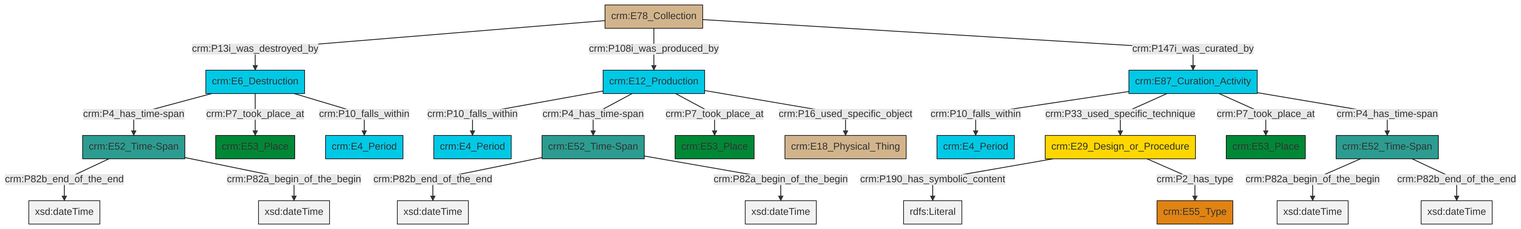
Earlier version of the Mermaid export et/archivalCSV/ttl/mmd/png/archival_existence.png (swiss-art-research-net/docs.swissartresearch). Its source is kept beside it as et/archivalCSV/ttl/mmd/archival_existence.ttl.mmd.
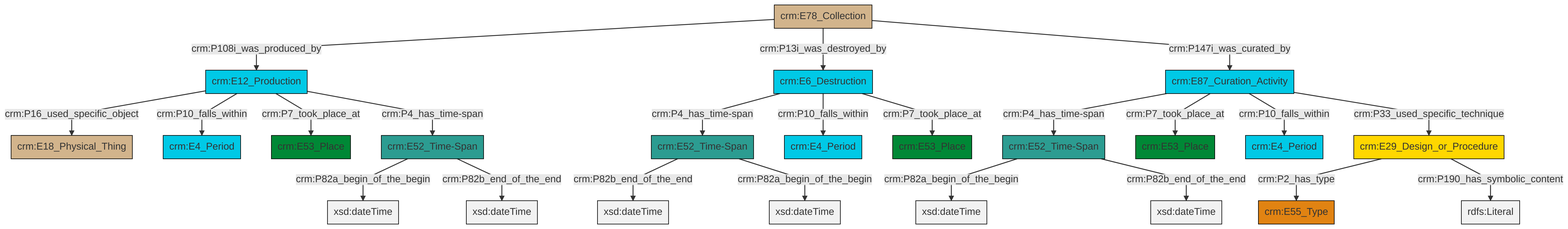
The same file after the commit.

Change to the diagram source:
```diff
@@ -13,25 +13,25 @@
 classDef PC_Classes fill:#4ce600, stroke:#000000;
 classDef Multi fill:#cccccc,stroke:#000000;
 
-2["crm:E12_Production"]:::Temporal_Entity -->|crm:P10_falls_within| 3["crm:E4_Period"]:::Temporal_Entity
-2["crm:E12_Production"]:::Temporal_Entity -->|crm:P4_has_time-span| 4["crm:E52_Time-Span"]:::Time-Span
-4["crm:E52_Time-Span"]:::Time-Span -->|crm:P82b_end_of_the_end| 5[xsd:dateTime]:::Literal
-6["crm:E29_Design_or_Procedure"]:::Conceptual_Object -->|crm:P190_has_symbolic_content| 7[rdfs:Literal]:::Literal
-12["crm:E87_Curation_Activity"]:::Temporal_Entity -->|crm:P10_falls_within| 8["crm:E4_Period"]:::Temporal_Entity
-12["crm:E87_Curation_Activity"]:::Temporal_Entity -->|crm:P33_used_specific_technique| 6["crm:E29_Design_or_Procedure"]:::Conceptual_Object
-18["crm:E52_Time-Span"]:::Time-Span -->|crm:P82a_begin_of_the_begin| 19[xsd:dateTime]:::Literal
-14["crm:E6_Destruction"]:::Temporal_Entity -->|crm:P4_has_time-span| 0["crm:E52_Time-Span"]:::Time-Span
-18["crm:E52_Time-Span"]:::Time-Span -->|crm:P82b_end_of_the_end| 24[xsd:dateTime]:::Literal
-0["crm:E52_Time-Span"]:::Time-Span -->|crm:P82b_end_of_the_end| 25[xsd:dateTime]:::Literal
-26["crm:E78_Collection"]:::Physical_Thing -->|crm:P13i_was_destroyed_by| 14["crm:E6_Destruction"]:::Temporal_Entity
-12["crm:E87_Curation_Activity"]:::Temporal_Entity -->|crm:P7_took_place_at| 28["crm:E53_Place"]:::Place
-2["crm:E12_Production"]:::Temporal_Entity -->|crm:P7_took_place_at| 16["crm:E53_Place"]:::Place
-2["crm:E12_Production"]:::Temporal_Entity -->|crm:P16_used_specific_object| 10["crm:E18_Physical_Thing"]:::Physical_Thing
-6["crm:E29_Design_or_Procedure"]:::Conceptual_Object -->|crm:P2_has_type| 22["crm:E55_Type"]:::Type
-26["crm:E78_Collection"]:::Physical_Thing -->|crm:P108i_was_produced_by| 2["crm:E12_Production"]:::Temporal_Entity
-0["crm:E52_Time-Span"]:::Time-Span -->|crm:P82a_begin_of_the_begin| 33[xsd:dateTime]:::Literal
-14["crm:E6_Destruction"]:::Temporal_Entity -->|crm:P7_took_place_at| 20["crm:E53_Place"]:::Place
-26["crm:E78_Collection"]:::Physical_Thing -->|crm:P147i_was_curated_by| 12["crm:E87_Curation_Activity"]:::Temporal_Entity
-14["crm:E6_Destruction"]:::Temporal_Entity -->|crm:P10_falls_within| 34["crm:E4_Period"]:::Temporal_Entity
-12["crm:E87_Curation_Activity"]:::Temporal_Entity -->|crm:P4_has_time-span| 18["crm:E52_Time-Span"]:::Time-Span
-4["crm:E52_Time-Span"]:::Time-Span -->|crm:P82a_begin_of_the_begin| 38[xsd:dateTime]:::Literal
+0["crm:E52_Time-Span"]:::Time-Span -->|crm:P82b_end_of_the_end| 1[xsd:dateTime]:::Literal
+2["crm:E12_Production"]:::Temporal_Entity -->|crm:P16_used_specific_object| 3["crm:E18_Physical_Thing"]:::Physical_Thing
+6["crm:E87_Curation_Activity"]:::Temporal_Entity -->|crm:P4_has_time-span| 7["crm:E52_Time-Span"]:::Time-Span
+8["crm:E78_Collection"]:::Physical_Thing -->|crm:P108i_was_produced_by| 2["crm:E12_Production"]:::Temporal_Entity
+10["crm:E6_Destruction"]:::Temporal_Entity -->|crm:P4_has_time-span| 0["crm:E52_Time-Span"]:::Time-Span
+2["crm:E12_Production"]:::Temporal_Entity -->|crm:P10_falls_within| 11["crm:E4_Period"]:::Temporal_Entity
+10["crm:E6_Destruction"]:::Temporal_Entity -->|crm:P10_falls_within| 12["crm:E4_Period"]:::Temporal_Entity
+6["crm:E87_Curation_Activity"]:::Temporal_Entity -->|crm:P7_took_place_at| 4["crm:E53_Place"]:::Place
+7["crm:E52_Time-Span"]:::Time-Span -->|crm:P82a_begin_of_the_begin| 26[xsd:dateTime]:::Literal
+2["crm:E12_Production"]:::Temporal_Entity -->|crm:P7_took_place_at| 27["crm:E53_Place"]:::Place
+19["crm:E29_Design_or_Procedure"]:::Conceptual_Object -->|crm:P2_has_type| 24["crm:E55_Type"]:::Type
+7["crm:E52_Time-Span"]:::Time-Span -->|crm:P82b_end_of_the_end| 29[xsd:dateTime]:::Literal
+8["crm:E78_Collection"]:::Physical_Thing -->|crm:P13i_was_destroyed_by| 10["crm:E6_Destruction"]:::Temporal_Entity
+13["crm:E52_Time-Span"]:::Time-Span -->|crm:P82a_begin_of_the_begin| 32[xsd:dateTime]:::Literal
+19["crm:E29_Design_or_Procedure"]:::Conceptual_Object -->|crm:P190_has_symbolic_content| 34[rdfs:Literal]:::Literal
+13["crm:E52_Time-Span"]:::Time-Span -->|crm:P82b_end_of_the_end| 35[xsd:dateTime]:::Literal
+8["crm:E78_Collection"]:::Physical_Thing -->|crm:P147i_was_curated_by| 6["crm:E87_Curation_Activity"]:::Temporal_Entity
+2["crm:E12_Production"]:::Temporal_Entity -->|crm:P4_has_time-span| 13["crm:E52_Time-Span"]:::Time-Span
+10["crm:E6_Destruction"]:::Temporal_Entity -->|crm:P7_took_place_at| 21["crm:E53_Place"]:::Place
+6["crm:E87_Curation_Activity"]:::Temporal_Entity -->|crm:P10_falls_within| 17["crm:E4_Period"]:::Temporal_Entity
+6["crm:E87_Curation_Activity"]:::Temporal_Entity -->|crm:P33_used_specific_technique| 19["crm:E29_Design_or_Procedure"]:::Conceptual_Object
+0["crm:E52_Time-Span"]:::Time-Span -->|crm:P82a_begin_of_the_begin| 38[xsd:dateTime]:::Literal
```
